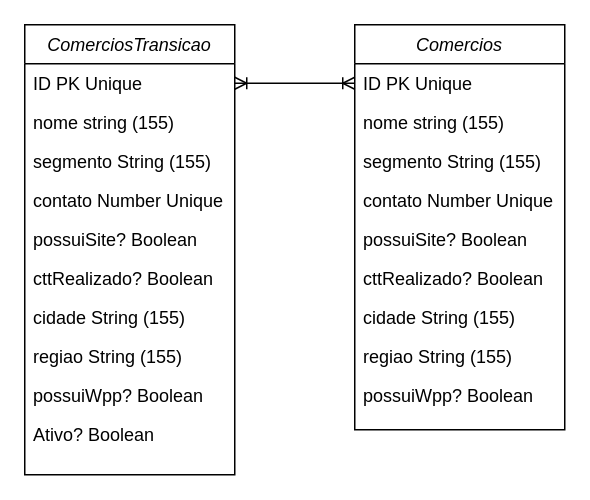
This is DiagramaDB.drawio from JoaoVMoreira/ProspeccaoDeLeedsGoogleMaps, a draw.io file, before an edit. Source tidied: cells renumbered, new cells numbered last; positions are measured from the earlier drawing's top-left corner, leaving out a move shared by most shapes. Both pictures are drawn from the tidied source at 150%, with x=0, y=0 at pixel (24, 24).
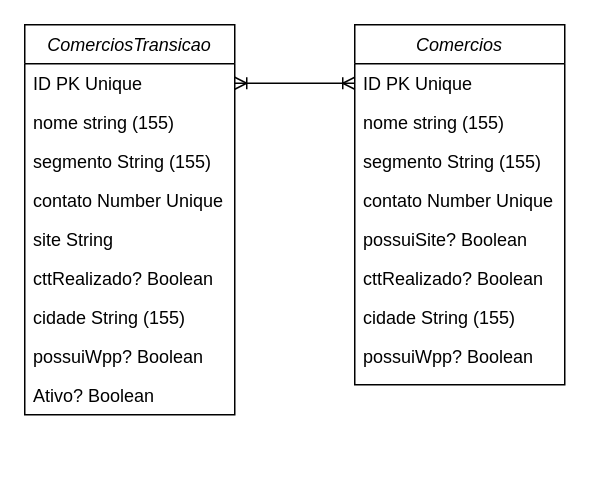
Above is the later version.

Change to the diagram source:
```diff
@@
     <mxCell id="2" value="Comercios" style="swimlane;fontStyle=2;align=center;verticalAlign=top;horizontal=1;startSize=26;rounded=0;shadow=0;strokeWidth=1;" parent="1" vertex="1">
-      <mxGeometry x="220" width="140" height="270" as="geometry" />
+      <mxGeometry x="220" width="140" height="240" as="geometry" />
     </mxCell>
@@
-    <mxCell id="10" value="regiao String (155)" style="text;align=left;verticalAlign=top;spacingLeft=4;spacingRight=4;overflow=hidden;" parent="2" vertex="1">
-      <mxGeometry y="208" width="140" height="26" as="geometry" />
-    </mxCell>
     <mxCell id="11" value="possuiWpp? Boolean" style="text;align=left;verticalAlign=top;spacingLeft=4;spacingRight=4;overflow=hidden;" parent="2" vertex="1">
-      <mxGeometry y="234" width="140" height="26" as="geometry" />
+      <mxGeometry y="208" width="140" height="26" as="geometry" />
     </mxCell>
     <mxCell id="12" value="ComerciosTransicao" style="swimlane;fontStyle=2;align=center;verticalAlign=top;horizontal=1;startSize=26;rounded=0;shadow=0;strokeWidth=1;" parent="1" vertex="1">
-      <mxGeometry width="140" height="300" as="geometry" />
+      <mxGeometry width="140" height="260" as="geometry" />
     </mxCell>
@@
-    <mxCell id="17" value="possuiSite? Boolean" style="text;align=left;verticalAlign=top;spacingLeft=4;spacingRight=4;overflow=hidden;" parent="12" vertex="1">
+    <mxCell id="17" value="site String" style="text;align=left;verticalAlign=top;spacingLeft=4;spacingRight=4;overflow=hidden;" parent="12" vertex="1">
       <mxGeometry y="130" width="140" height="26" as="geometry" />
     </mxCell>
@@
-    <mxCell id="20" value="regiao String (155)" style="text;align=left;verticalAlign=top;spacingLeft=4;spacingRight=4;overflow=hidden;" parent="12" vertex="1">
-      <mxGeometry y="208" width="140" height="26" as="geometry" />
-    </mxCell>
     <mxCell id="21" value="possuiWpp? Boolean" style="text;align=left;verticalAlign=top;spacingLeft=4;spacingRight=4;overflow=hidden;" parent="12" vertex="1">
-      <mxGeometry y="234" width="140" height="26" as="geometry" />
+      <mxGeometry y="208" width="140" height="26" as="geometry" />
     </mxCell>
     <mxCell id="22" value="Ativo? Boolean" style="text;align=left;verticalAlign=top;spacingLeft=4;spacingRight=4;overflow=hidden;" parent="12" vertex="1">
-      <mxGeometry y="260" width="140" height="26" as="geometry" />
+      <mxGeometry y="234" width="140" height="26" as="geometry" />
     </mxCell>
```
